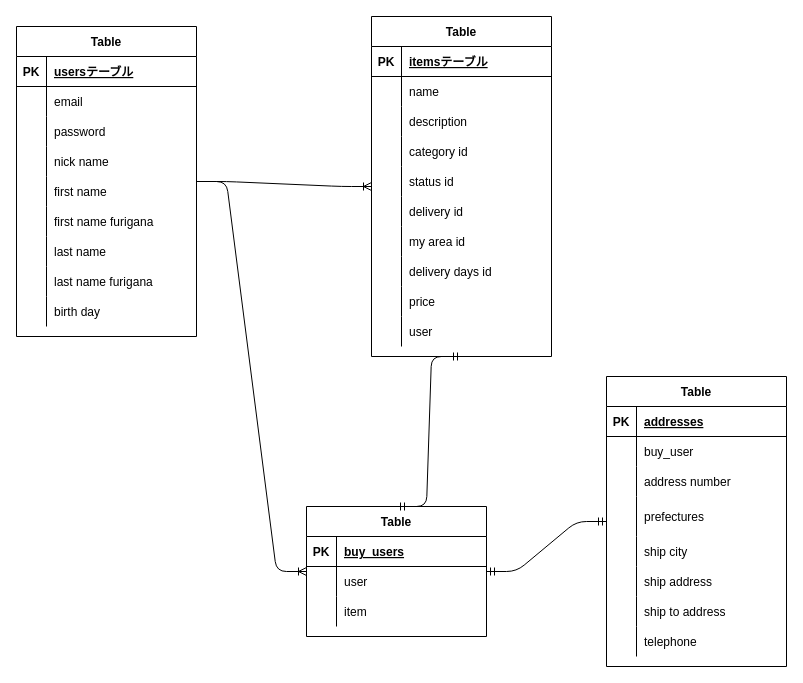
Before: test.dio in kakipp/furima-34508, a draw.io diagram. Source tidied: cells renumbered, new cells numbered last; positions are measured from the earlier drawing's top-left corner, leaving out a move shared by most shapes. Both pictures are drawn from the tidied source at 100%, with x=0, y=0 at pixel (16, 16).
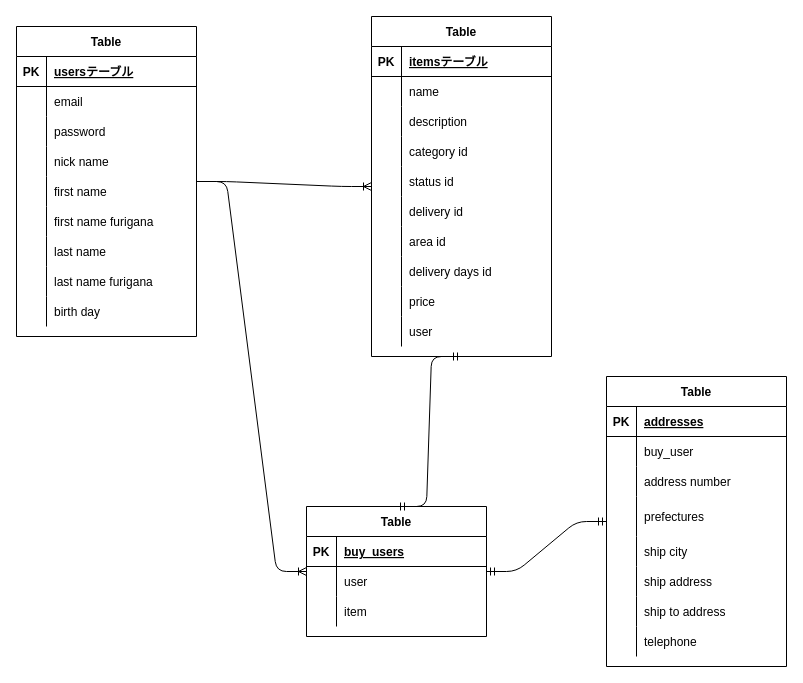
After the change.

Commit message (it also covers changes not shown here):
テーブル設計の修正5

Unchanged cells that the change refers to:
```xml
<mxCell id="49" style="shape=partialRectangle;fillColor=none;top=0;left=0;bottom=0;right=0;" parent="30" vertex="1">
  <mxGeometry y="210" width="180" height="30" as="geometry" />
</mxCell>
```

Diff of the diagram source:
```diff
@@
-    <mxCell id="51" value="my area id" style="shape=partialRectangle;fillColor=none;top=0;left=0;bottom=0;right=0;align=left;spacingLeft=6;overflow=hidden;" parent="49" vertex="1">
+    <mxCell id="51" value="area id" style="shape=partialRectangle;fillColor=none;top=0;left=0;bottom=0;right=0;align=left;spacingLeft=6;overflow=hidden;" parent="49" vertex="1">
       <mxGeometry x="30" width="150" height="30" as="geometry" />
     </mxCell>
```
